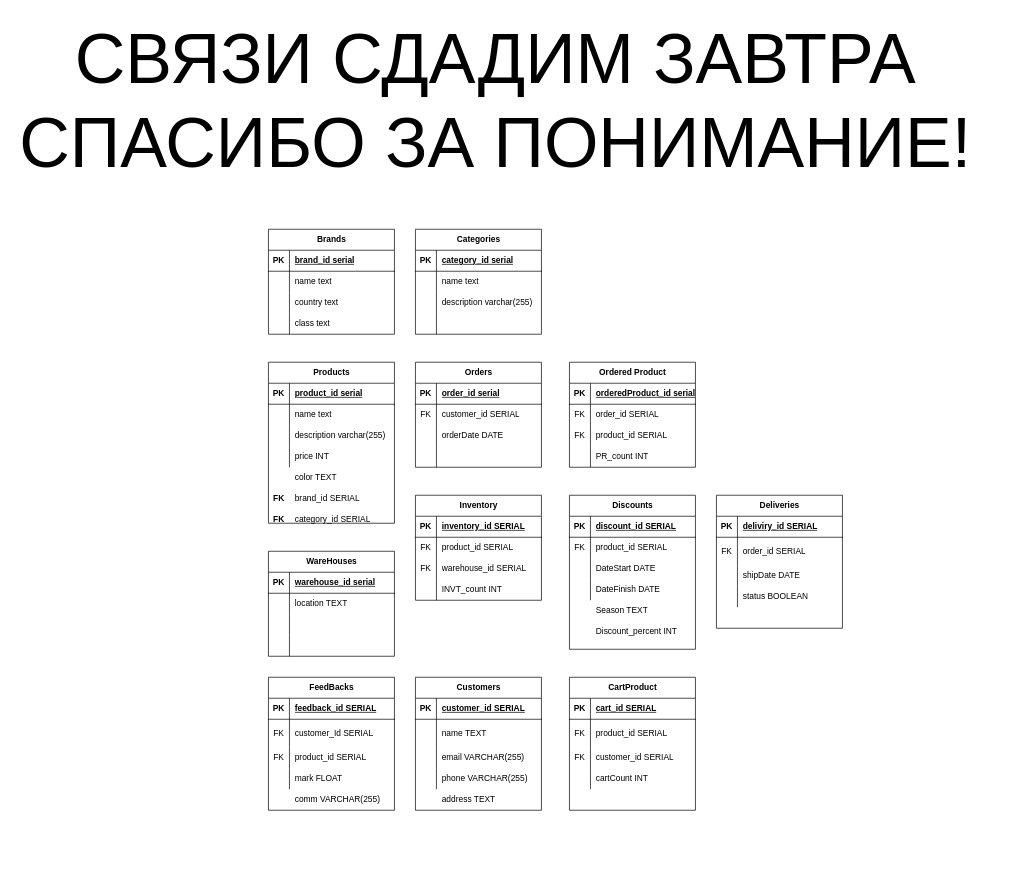
This is Amir_BATIR.drawio from tambio/proizvodka, a draw.io file, before an edit. Source tidied: cells renumbered, new cells numbered last; positions are measured from the earlier drawing's top-left corner, leaving out a move shared by most shapes. Both pictures are drawn from the tidied source at 70%, with x=0, y=0 at pixel (12, 12).
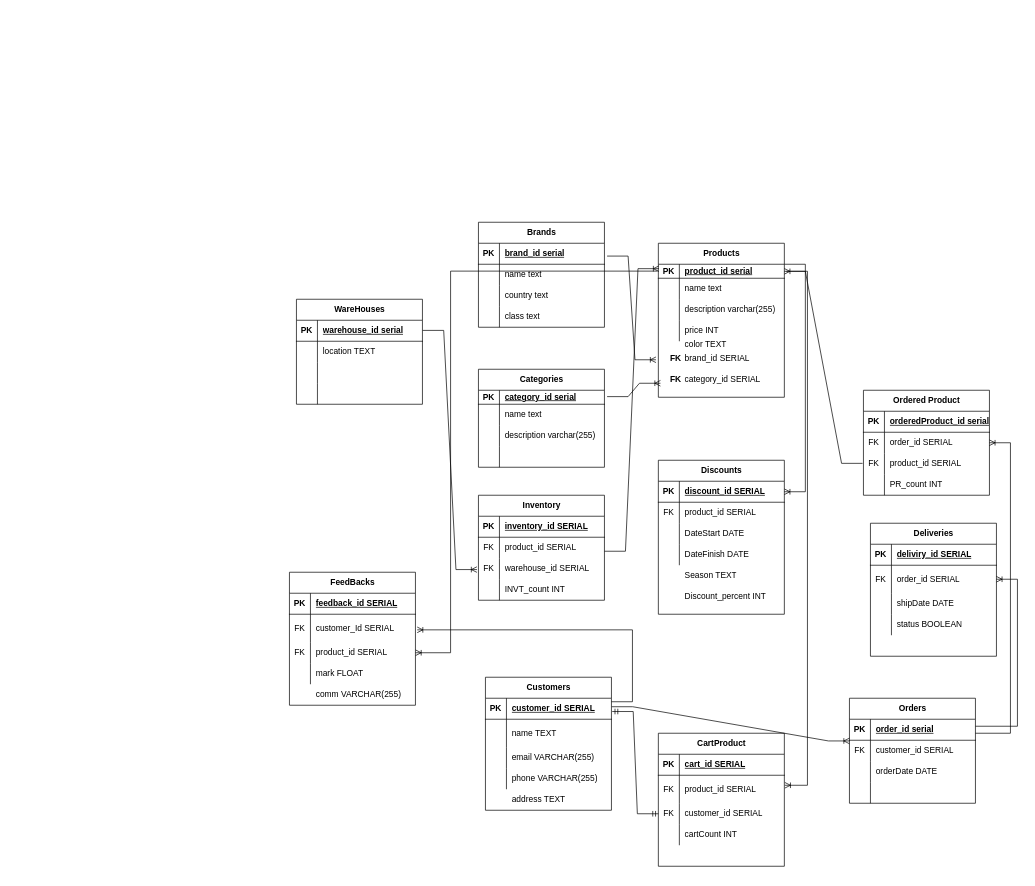
The same diagram, later.

The change refers to these unchanged cells:
```xml
<mxCell id="3" style="shape=tableRow;horizontal=0;startSize=0;swimlaneHead=0;swimlaneBody=0;fillColor=none;points=[[0,0.5],[1,0.5]];portConstraint=eastwest;top=0;left=0;right=0;bottom=1;" parent="2" vertex="1">
  <mxGeometry y="30" width="180" height="30" as="geometry" />
</mxCell>
<mxCell id="62" style="shape=tableRow;horizontal=0;startSize=0;swimlaneHead=0;swimlaneBody=0;fillColor=none;points=[[0,0.5],[1,0.5]];portConstraint=eastwest;top=0;left=0;right=0;bottom=0;" parent="58" vertex="1">
  <mxGeometry y="60" width="180" height="30" as="geometry" />
</mxCell>
<mxCell id="65" style="shape=tableRow;horizontal=0;startSize=0;swimlaneHead=0;swimlaneBody=0;fillColor=none;points=[[0,0.5],[1,0.5]];portConstraint=eastwest;top=0;left=0;right=0;bottom=0;" parent="58" vertex="1">
  <mxGeometry y="90" width="180" height="30" as="geometry" />
</mxCell>
<mxCell id="75" style="shape=tableRow;horizontal=0;startSize=0;swimlaneHead=0;swimlaneBody=0;fillColor=none;points=[[0,0.5],[1,0.5]];portConstraint=eastwest;top=0;left=0;right=0;bottom=1;" parent="74" vertex="1">
  <mxGeometry y="30" width="180" height="30" as="geometry" />
</mxCell>
<mxCell id="94" style="shape=tableRow;horizontal=0;startSize=0;swimlaneHead=0;swimlaneBody=0;fillColor=none;points=[[0,0.5],[1,0.5]];portConstraint=eastwest;top=0;left=0;right=0;bottom=0;" parent="87" vertex="1">
  <mxGeometry y="90" width="180" height="30" as="geometry" />
</mxCell>
<mxCell id="101" style="shape=tableRow;horizontal=0;startSize=0;swimlaneHead=0;swimlaneBody=0;fillColor=none;points=[[0,0.5],[1,0.5]];portConstraint=eastwest;top=0;left=0;right=0;bottom=1;" parent="100" vertex="1">
  <mxGeometry y="30" width="180" height="30" as="geometry" />
</mxCell>
<mxCell id="120" style="shape=tableRow;horizontal=0;startSize=0;swimlaneHead=0;swimlaneBody=0;fillColor=none;points=[[0,0.5],[1,0.5]];portConstraint=eastwest;top=0;left=0;right=0;bottom=0;" parent="116" vertex="1">
  <mxGeometry y="60" width="180" height="40" as="geometry" />
</mxCell>
<mxCell id="134" style="shape=tableRow;horizontal=0;startSize=0;swimlaneHead=0;swimlaneBody=0;fillColor=none;points=[[0,0.5],[1,0.5]];portConstraint=eastwest;top=0;left=0;right=0;bottom=1;" parent="133" vertex="1">
  <mxGeometry y="30" width="180" height="30" as="geometry" />
</mxCell>
<mxCell id="154" style="shape=tableRow;horizontal=0;startSize=0;swimlaneHead=0;swimlaneBody=0;fillColor=none;points=[[0,0.5],[1,0.5]];portConstraint=eastwest;top=0;left=0;right=0;bottom=0;" parent="150" vertex="1">
  <mxGeometry y="60" width="180" height="40" as="geometry" />
</mxCell>
<mxCell id="157" style="shape=tableRow;horizontal=0;startSize=0;swimlaneHead=0;swimlaneBody=0;fillColor=none;points=[[0,0.5],[1,0.5]];portConstraint=eastwest;top=0;left=0;right=0;bottom=0;" parent="150" vertex="1">
  <mxGeometry y="100" width="180" height="30" as="geometry" />
</mxCell>
<mxCell id="171" style="shape=tableRow;horizontal=0;startSize=0;swimlaneHead=0;swimlaneBody=0;fillColor=none;points=[[0,0.5],[1,0.5]];portConstraint=eastwest;top=0;left=0;right=0;bottom=0;" parent="167" vertex="1">
  <mxGeometry y="60" width="180" height="40" as="geometry" />
</mxCell>
```

Change to the diagram source:
```diff
@@
     <mxCell id="2" value="Brands" style="shape=table;startSize=30;childLayout=tableLayout;rowLines=0;fontStyle=1;align=center;html=1;" parent="1" vertex="1">
-      <mxGeometry x="366" y="310" width="180" height="150" as="geometry" />
+      <mxGeometry x="666" y="300" width="180" height="150" as="geometry" />
     </mxCell>
@@
     <mxCell id="15" value="Categories" style="shape=table;startSize=30;childLayout=tableLayout;rowLines=0;fontStyle=1;align=center;html=1;" parent="1" vertex="1">
-      <mxGeometry x="576" y="310" width="180" height="150" as="geometry" />
+      <mxGeometry x="666" y="510" width="180" height="140" as="geometry" />
     </mxCell>
     <mxCell id="16" style="shape=tableRow;horizontal=0;startSize=0;swimlaneHead=0;swimlaneBody=0;fillColor=none;points=[[0,0.5],[1,0.5]];portConstraint=eastwest;top=0;left=0;right=0;bottom=1;" parent="15" vertex="1">
-      <mxGeometry y="30" width="180" height="30" as="geometry" />
+      <mxGeometry y="30" width="180" height="20" as="geometry" />
     </mxCell>
     <mxCell id="17" value="PK" style="shape=partialRectangle;fillColor=none;top=0;left=0;bottom=0;right=0;fontStyle=1;overflow=hidden;whiteSpace=wrap;html=1;" parent="16" vertex="1">
-      <mxGeometry width="30" height="30" as="geometry" />
+      <mxGeometry width="30" height="20" as="geometry" />
     </mxCell>
     <mxCell id="18" value="category_id&amp;nbsp;serial" style="shape=partialRectangle;fillColor=none;top=0;left=0;bottom=0;right=0;align=left;spacingLeft=6;fontStyle=5;overflow=hidden;whiteSpace=wrap;html=1;" parent="16" vertex="1">
-      <mxGeometry x="30" width="150" height="30" as="geometry" />
+      <mxGeometry x="30" width="150" height="20" as="geometry" />
     </mxCell>
     <mxCell id="19" style="shape=tableRow;horizontal=0;startSize=0;swimlaneHead=0;swimlaneBody=0;fillColor=none;top=0;left=0;right=0;bottom=0;" parent="15" vertex="1">
-      <mxGeometry y="60" width="180" height="30" as="geometry" />
+      <mxGeometry y="50" width="180" height="30" as="geometry" />
     </mxCell>
@@
     <mxCell id="22" style="shape=tableRow;horizontal=0;startSize=0;swimlaneHead=0;swimlaneBody=0;fillColor=none;top=0;left=0;right=0;bottom=0;" parent="15" vertex="1">
-      <mxGeometry y="90" width="180" height="30" as="geometry" />
+      <mxGeometry y="80" width="180" height="30" as="geometry" />
     </mxCell>
@@
     <mxCell id="25" style="shape=tableRow;horizontal=0;startSize=0;swimlaneHead=0;swimlaneBody=0;fillColor=none;top=0;left=0;right=0;bottom=0;" parent="15" vertex="1">
-      <mxGeometry y="120" width="180" height="30" as="geometry" />
+      <mxGeometry y="110" width="180" height="30" as="geometry" />
     </mxCell>
@@
     <mxCell id="28" value="Products" style="shape=table;startSize=30;childLayout=tableLayout;rowLines=0;fontStyle=1;align=center;html=1;" parent="1" vertex="1">
-      <mxGeometry x="366" y="500" width="180" height="230" as="geometry" />
+      <mxGeometry x="923" y="330" width="180" height="220" as="geometry" />
     </mxCell>
     <mxCell id="29" style="shape=tableRow;horizontal=0;startSize=0;swimlaneHead=0;swimlaneBody=0;fillColor=none;points=[[0,0.5],[1,0.5]];portConstraint=eastwest;top=0;left=0;right=0;bottom=1;" parent="28" vertex="1">
-      <mxGeometry y="30" width="180" height="30" as="geometry" />
+      <mxGeometry y="30" width="180" height="20" as="geometry" />
     </mxCell>
     <mxCell id="30" value="PK" style="shape=partialRectangle;fillColor=none;top=0;left=0;bottom=0;right=0;fontStyle=1;overflow=hidden;whiteSpace=wrap;html=1;" parent="29" vertex="1">
-      <mxGeometry width="30" height="30" as="geometry" />
+      <mxGeometry width="30" height="20" as="geometry" />
     </mxCell>
     <mxCell id="31" value="product_id&amp;nbsp;serial" style="shape=partialRectangle;fillColor=none;top=0;left=0;bottom=0;right=0;align=left;spacingLeft=6;fontStyle=5;overflow=hidden;whiteSpace=wrap;html=1;" parent="29" vertex="1">
-      <mxGeometry x="30" width="150" height="30" as="geometry" />
+      <mxGeometry x="30" width="150" height="20" as="geometry" />
     </mxCell>
     <mxCell id="32" style="shape=tableRow;horizontal=0;startSize=0;swimlaneHead=0;swimlaneBody=0;fillColor=none;top=0;left=0;right=0;bottom=0;" parent="28" vertex="1">
-      <mxGeometry y="60" width="180" height="30" as="geometry" />
+      <mxGeometry y="50" width="180" height="30" as="geometry" />
     </mxCell>
@@
     <mxCell id="35" style="shape=tableRow;horizontal=0;startSize=0;swimlaneHead=0;swimlaneBody=0;fillColor=none;top=0;left=0;right=0;bottom=0;" parent="28" vertex="1">
-      <mxGeometry y="90" width="180" height="30" as="geometry" />
+      <mxGeometry y="80" width="180" height="30" as="geometry" />
     </mxCell>
@@
     <mxCell id="38" style="shape=tableRow;horizontal=0;startSize=0;swimlaneHead=0;swimlaneBody=0;fillColor=none;top=0;left=0;right=0;bottom=0;" parent="28" vertex="1">
-      <mxGeometry y="120" width="180" height="30" as="geometry" />
+      <mxGeometry y="110" width="180" height="30" as="geometry" />
     </mxCell>
@@
     <mxCell id="41" value="brand_id SERIAL" style="shape=partialRectangle;fillColor=none;top=0;left=0;bottom=0;right=0;align=left;spacingLeft=6;overflow=hidden;whiteSpace=wrap;html=1;" parent="1" vertex="1">
-      <mxGeometry x="396" y="680" width="150" height="30" as="geometry" />
+      <mxGeometry x="953" y="480" width="150" height="30" as="geometry" />
     </mxCell>
     <mxCell id="42" value="category_id SERIAL" style="shape=partialRectangle;fillColor=none;top=0;left=0;bottom=0;right=0;align=left;spacingLeft=6;overflow=hidden;whiteSpace=wrap;html=1;" parent="1" vertex="1">
-      <mxGeometry x="396" y="710" width="150" height="30" as="geometry" />
+      <mxGeometry x="953" y="510" width="150" height="30" as="geometry" />
     </mxCell>
     <mxCell id="43" value="FK" style="shape=partialRectangle;fillColor=none;top=0;left=0;bottom=0;right=0;fontStyle=1;overflow=hidden;whiteSpace=wrap;html=1;" parent="1" vertex="1">
-      <mxGeometry x="366" y="680" width="30" height="30" as="geometry" />
+      <mxGeometry x="933" y="480" width="30" height="30" as="geometry" />
     </mxCell>
     <mxCell id="44" value="FK" style="shape=partialRectangle;fillColor=none;top=0;left=0;bottom=0;right=0;fontStyle=1;overflow=hidden;whiteSpace=wrap;html=1;" parent="1" vertex="1">
-      <mxGeometry x="366" y="710" width="30" height="30" as="geometry" />
+      <mxGeometry x="933" y="510" width="30" height="30" as="geometry" />
     </mxCell>
     <mxCell id="45" value="Orders" style="shape=table;startSize=30;childLayout=tableLayout;rowLines=0;fontStyle=1;align=center;html=1;" parent="1" vertex="1">
-      <mxGeometry x="576" y="500" width="180" height="150" as="geometry" />
+      <mxGeometry x="1196" y="980" width="180" height="150" as="geometry" />
     </mxCell>
@@
     <mxCell id="58" value="Ordered Product" style="shape=table;startSize=30;childLayout=tableLayout;rowLines=0;fontStyle=1;align=center;html=1;" parent="1" vertex="1">
-      <mxGeometry x="796" y="500" width="180" height="150" as="geometry" />
+      <mxGeometry x="1216" y="540" width="180" height="150" as="geometry" />
     </mxCell>
@@
     <mxCell id="71" style="shape=tableRow;horizontal=0;startSize=0;swimlaneHead=0;swimlaneBody=0;fillColor=none;points=[[0,0.5],[1,0.5]];portConstraint=eastwest;top=0;left=0;right=0;bottom=0;" parent="1" vertex="1">
-      <mxGeometry x="366" y="650" width="180" height="30" as="geometry" />
+      <mxGeometry x="923" y="470" width="180" height="30" as="geometry" />
     </mxCell>
@@
     <mxCell id="73" value="color TEXT" style="shape=partialRectangle;fillColor=none;top=0;left=0;bottom=0;right=0;align=left;spacingLeft=6;overflow=hidden;whiteSpace=wrap;html=1;" parent="71" vertex="1">
-      <mxGeometry x="30" width="150" height="30" as="geometry" />
+      <mxGeometry x="30" y="-10" width="150" height="30" as="geometry" />
     </mxCell>
     <mxCell id="74" value="WareHouses" style="shape=table;startSize=30;childLayout=tableLayout;rowLines=0;fontStyle=1;align=center;html=1;" parent="1" vertex="1">
-      <mxGeometry x="366" y="770" width="180" height="150" as="geometry" />
+      <mxGeometry x="406" y="410" width="180" height="150" as="geometry" />
     </mxCell>
@@
     <mxCell id="87" value="Inventory" style="shape=table;startSize=30;childLayout=tableLayout;rowLines=0;fontStyle=1;align=center;html=1;" parent="1" vertex="1">
-      <mxGeometry x="576" y="690" width="180" height="150" as="geometry" />
+      <mxGeometry x="666" y="690" width="180" height="150" as="geometry" />
     </mxCell>
@@
     <mxCell id="100" value="Discounts" style="shape=table;startSize=30;childLayout=tableLayout;rowLines=0;fontStyle=1;align=center;html=1;" parent="1" vertex="1">
-      <mxGeometry x="796" y="690" width="180" height="220" as="geometry" />
+      <mxGeometry x="923" y="640" width="180" height="220" as="geometry" />
     </mxCell>
@@
     <mxCell id="113" style="shape=tableRow;horizontal=0;startSize=0;swimlaneHead=0;swimlaneBody=0;fillColor=none;top=0;left=0;right=0;bottom=0;" parent="1" vertex="1">
-      <mxGeometry x="796" y="840" width="180" height="30" as="geometry" />
+      <mxGeometry x="923" y="790" width="180" height="30" as="geometry" />
     </mxCell>
@@
     <mxCell id="116" value="FeedBacks" style="shape=table;startSize=30;childLayout=tableLayout;rowLines=0;fontStyle=1;align=center;html=1;" parent="1" vertex="1">
-      <mxGeometry x="366" y="950" width="180" height="190" as="geometry" />
+      <mxGeometry x="396" y="800" width="180" height="190" as="geometry" />
     </mxCell>
@@
     <mxCell id="129" style="shape=tableRow;horizontal=0;startSize=0;swimlaneHead=0;swimlaneBody=0;fillColor=none;top=0;left=0;right=0;bottom=0;" parent="1" vertex="1">
-      <mxGeometry x="366" y="1080" width="180" height="30" as="geometry" />
+      <mxGeometry x="396" y="930" width="180" height="30" as="geometry" />
     </mxCell>
@@
     <mxCell id="132" value="comm VARCHAR(255)" style="shape=partialRectangle;fillColor=none;top=0;left=0;bottom=0;right=0;align=left;spacingLeft=6;overflow=hidden;whiteSpace=wrap;html=1;" parent="1" vertex="1">
-      <mxGeometry x="396" y="1110" width="150" height="30" as="geometry" />
+      <mxGeometry x="426" y="960" width="150" height="30" as="geometry" />
     </mxCell>
     <mxCell id="133" value="Customers" style="shape=table;startSize=30;childLayout=tableLayout;rowLines=0;fontStyle=1;align=center;html=1;" parent="1" vertex="1">
-      <mxGeometry x="576" y="950" width="180" height="190" as="geometry" />
+      <mxGeometry x="676" y="950" width="180" height="190" as="geometry" />
     </mxCell>
@@
     <mxCell id="146" style="shape=tableRow;horizontal=0;startSize=0;swimlaneHead=0;swimlaneBody=0;fillColor=none;top=0;left=0;right=0;bottom=0;" parent="1" vertex="1">
-      <mxGeometry x="576" y="1080" width="180" height="30" as="geometry" />
+      <mxGeometry x="676" y="1080" width="180" height="30" as="geometry" />
     </mxCell>
@@
     <mxCell id="149" value="address TEXT" style="shape=partialRectangle;fillColor=none;top=0;left=0;bottom=0;right=0;align=left;spacingLeft=6;overflow=hidden;whiteSpace=wrap;html=1;" parent="1" vertex="1">
-      <mxGeometry x="606" y="1110" width="150" height="30" as="geometry" />
+      <mxGeometry x="706" y="1110" width="150" height="30" as="geometry" />
     </mxCell>
     <mxCell id="150" value="CartProduct" style="shape=table;startSize=30;childLayout=tableLayout;rowLines=0;fontStyle=1;align=center;html=1;" parent="1" vertex="1">
-      <mxGeometry x="796" y="950" width="180" height="190" as="geometry" />
+      <mxGeometry x="923" y="1030" width="180" height="190" as="geometry" />
     </mxCell>
@@
     <mxCell id="163" style="shape=tableRow;horizontal=0;startSize=0;swimlaneHead=0;swimlaneBody=0;fillColor=none;top=0;left=0;right=0;bottom=0;" parent="1" vertex="1">
-      <mxGeometry x="796" y="1080" width="180" height="30" as="geometry" />
+      <mxGeometry x="923" y="1160" width="180" height="30" as="geometry" />
     </mxCell>
@@
     <mxCell id="166" style="shape=partialRectangle;fillColor=none;top=0;left=0;bottom=0;right=0;align=left;spacingLeft=6;overflow=hidden;whiteSpace=wrap;html=1;" parent="1" vertex="1">
-      <mxGeometry x="826" y="1110" width="150" height="30" as="geometry" />
+      <mxGeometry x="953" y="1190" width="150" height="30" as="geometry" />
     </mxCell>
     <mxCell id="167" value="Deliveries" style="shape=table;startSize=30;childLayout=tableLayout;rowLines=0;fontStyle=1;align=center;html=1;" parent="1" vertex="1">
-      <mxGeometry x="1006" y="690" width="180" height="190" as="geometry" />
+      <mxGeometry x="1226" y="730" width="180" height="190" as="geometry" />
     </mxCell>
@@
     <mxCell id="180" value="Discount_percent INT" style="shape=partialRectangle;fillColor=none;top=0;left=0;bottom=0;right=0;align=left;spacingLeft=6;overflow=hidden;whiteSpace=wrap;html=1;" parent="1" vertex="1">
-      <mxGeometry x="826" y="870" width="150" height="30" as="geometry" />
+      <mxGeometry x="953" y="820" width="150" height="30" as="geometry" />
     </mxCell>
-    <mxCell id="181" value="СВЯЗИ СДАДИМ ЗАВТРА&lt;br&gt;СПАСИБО ЗА ПОНИМАНИЕ!" style="text;html=1;align=center;verticalAlign=middle;strokeColor=none;fillColor=none;strokeWidth=100;fontSize=100;" parent="1" vertex="1">
-      <mxGeometry width="1380" height="250" as="geometry" />
-    </mxCell>
+    <mxCell id="182" style="edgeStyle=entityRelationEdgeStyle;fontSize=12;html=1;endArrow=ERoneToMany;rounded=0;exitX=1.021;exitY=0.455;exitDx=0;exitDy=0;exitPerimeter=0;" parent="1" edge="1" source="16">
+      <mxGeometry relative="1" as="geometry">
+        <mxPoint x="926" y="530" as="targetPoint" />
+        <Array as="points">
+          <mxPoint x="876" y="540" />
+        </Array>
+      </mxGeometry>
+    </mxCell>
+    <mxCell id="183" style="edgeStyle=entityRelationEdgeStyle;fontSize=12;html=1;endArrow=ERoneToMany;rounded=0;entryX=-0.019;entryY=0.882;entryDx=0;entryDy=0;entryPerimeter=0;exitX=1.021;exitY=0.611;exitDx=0;exitDy=0;exitPerimeter=0;" parent="1" edge="1" source="3" target="71">
+      <mxGeometry relative="1" as="geometry" />
+    </mxCell>
+    <mxCell id="184" style="edgeStyle=entityRelationEdgeStyle;fontSize=12;html=1;endArrow=ERoneToMany;rounded=0;entryX=1.014;entryY=0.557;entryDx=0;entryDy=0;entryPerimeter=0;" parent="1" edge="1" target="120">
+      <mxGeometry relative="1" as="geometry">
+        <mxPoint x="856" y="985" as="sourcePoint" />
+      </mxGeometry>
+    </mxCell>
+    <mxCell id="185" style="edgeStyle=entityRelationEdgeStyle;fontSize=12;html=1;endArrow=ERoneToMany;rounded=0;exitX=1.002;exitY=0.404;exitDx=0;exitDy=0;exitPerimeter=0;" parent="1" edge="1" source="134">
+      <mxGeometry relative="1" as="geometry">
+        <mxPoint x="1196" y="1041" as="targetPoint" />
+        <Array as="points">
+          <mxPoint x="926" y="875" />
+          <mxPoint x="1046" y="915" />
+          <mxPoint x="926" y="875" />
+          <mxPoint x="926" y="885" />
+          <mxPoint x="926" y="885" />
+        </Array>
+      </mxGeometry>
+    </mxCell>
+    <mxCell id="186" style="edgeStyle=entityRelationEdgeStyle;fontSize=12;html=1;endArrow=ERoneToMany;rounded=0;entryX=1.004;entryY=0.358;entryDx=0;entryDy=0;entryPerimeter=0;" parent="1" edge="1" target="154">
+      <mxGeometry relative="1" as="geometry">
+        <mxPoint x="1106" y="370" as="sourcePoint" />
+      </mxGeometry>
+    </mxCell>
+    <mxCell id="187" style="edgeStyle=entityRelationEdgeStyle;fontSize=12;html=1;endArrow=ERoneToMany;rounded=0;" parent="1" edge="1" target="101">
+      <mxGeometry relative="1" as="geometry">
+        <mxPoint x="1103" y="360" as="sourcePoint" />
+      </mxGeometry>
+    </mxCell>
+    <mxCell id="188" style="edgeStyle=entityRelationEdgeStyle;fontSize=12;html=1;endArrow=ERoneToMany;rounded=0;" parent="1" edge="1" target="62">
+      <mxGeometry relative="1" as="geometry">
+        <mxPoint x="1376" y="1030" as="sourcePoint" />
+      </mxGeometry>
+    </mxCell>
+    <mxCell id="189" style="edgeStyle=entityRelationEdgeStyle;fontSize=12;html=1;endArrow=ERoneToMany;rounded=0;" parent="1" edge="1" target="171">
+      <mxGeometry relative="1" as="geometry">
+        <mxPoint x="1376" y="1020" as="sourcePoint" />
+      </mxGeometry>
+    </mxCell>
+    <mxCell id="190" style="edgeStyle=elbowEdgeStyle;fontSize=12;html=1;endArrow=ERoneToMany;rounded=0;exitX=-0.006;exitY=0.49;exitDx=0;exitDy=0;exitPerimeter=0;" parent="1" edge="1" source="29">
+      <mxGeometry relative="1" as="geometry">
+        <mxPoint x="576.2" y="915" as="targetPoint" />
+        <Array as="points">
+          <mxPoint x="626.2" y="630" />
+        </Array>
+      </mxGeometry>
+    </mxCell>
+    <mxCell id="191" style="edgeStyle=entityRelationEdgeStyle;fontSize=12;html=1;endArrow=ERoneToMany;rounded=0;entryX=0.005;entryY=0.315;entryDx=0;entryDy=0;entryPerimeter=0;" parent="1" edge="1" target="29">
+      <mxGeometry relative="1" as="geometry">
+        <mxPoint x="846" y="770" as="sourcePoint" />
+      </mxGeometry>
+    </mxCell>
+    <mxCell id="192" style="edgeStyle=entityRelationEdgeStyle;fontSize=12;html=1;endArrow=ERoneToMany;rounded=0;exitX=1.002;exitY=0.483;exitDx=0;exitDy=0;exitPerimeter=0;entryX=-0.012;entryY=0.539;entryDx=0;entryDy=0;entryPerimeter=0;" parent="1" edge="1" source="75" target="94">
+      <mxGeometry relative="1" as="geometry" />
+    </mxCell>
+    <mxCell id="193" style="edgeStyle=entityRelationEdgeStyle;fontSize=12;html=1;endArrow=ERoneToMany;rounded=0;exitX=-0.007;exitY=0.481;exitDx=0;exitDy=0;exitPerimeter=0;entryX=1;entryY=0.506;entryDx=0;entryDy=0;entryPerimeter=0;" parent="1" edge="1" source="65" target="29">
+      <mxGeometry relative="1" as="geometry">
+        <Array as="points">
+          <mxPoint x="1196" y="640" />
+          <mxPoint x="876" y="560" />
+        </Array>
+      </mxGeometry>
+    </mxCell>
+    <mxCell id="194" style="edgeStyle=entityRelationEdgeStyle;fontSize=12;html=1;endArrow=ERmandOne;startArrow=ERmandOne;rounded=0;exitX=1.006;exitY=0.632;exitDx=0;exitDy=0;exitPerimeter=0;" parent="1" edge="1" source="134" target="157">
+      <mxGeometry relative="1" as="geometry" />
+    </mxCell>
+    <mxCell id="195" style="shape=partialRectangle;fillColor=none;top=0;left=0;bottom=0;right=0;align=left;spacingLeft=6;overflow=hidden;whiteSpace=wrap;html=1;" parent="1" vertex="1">
+      <mxGeometry x="963" y="1200" width="150" height="30" as="geometry" />
+    </mxCell>
```
